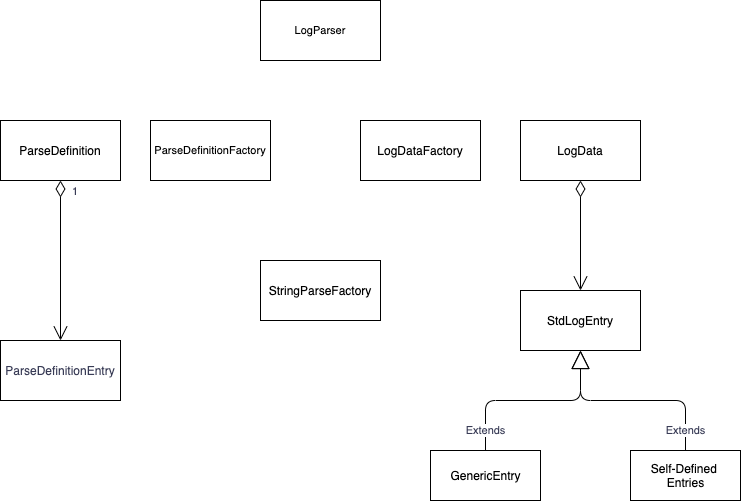
The draw.io diagram diagrams/Log_Parser-Classes.png in adobe/log-parser, before a commit. Source tidied: cells renumbered, new cells last; positions are measured from the earlier drawing's top-left corner, leaving out a move shared by most shapes.
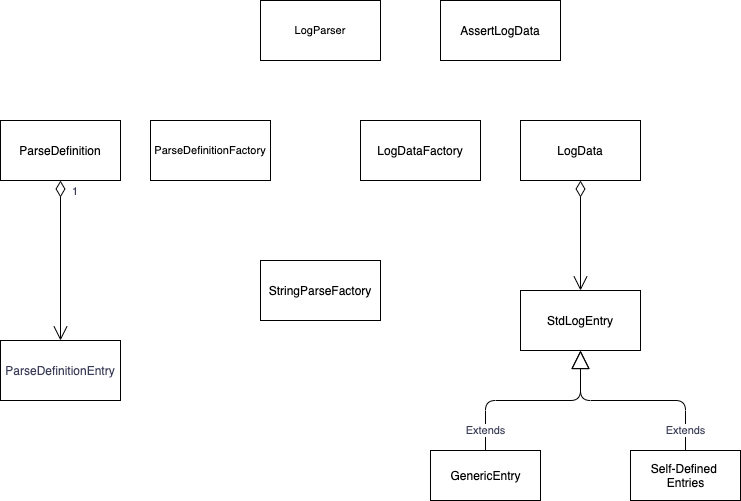
The same file after the commit.

Change to the diagram source:
```diff
@@ -52,5 +52,8 @@
     <mxCell id="15" value="LogParser" style="rounded=0;whiteSpace=wrap;html=1;labelBackgroundColor=#FFFFFF;strokeColor=#000000;fillColor=#FFFFFF;fontSize=11;align=center;" parent="1" vertex="1">
       <mxGeometry x="260" width="120" height="60" as="geometry" />
     </mxCell>
+    <mxCell id="16" value="AssertLogData" style="rounded=0;whiteSpace=wrap;html=1;" parent="1" vertex="1">
+      <mxGeometry x="440" width="120" height="60" as="geometry" />
+    </mxCell>
   </root>
 </mxGraphModel>
```
